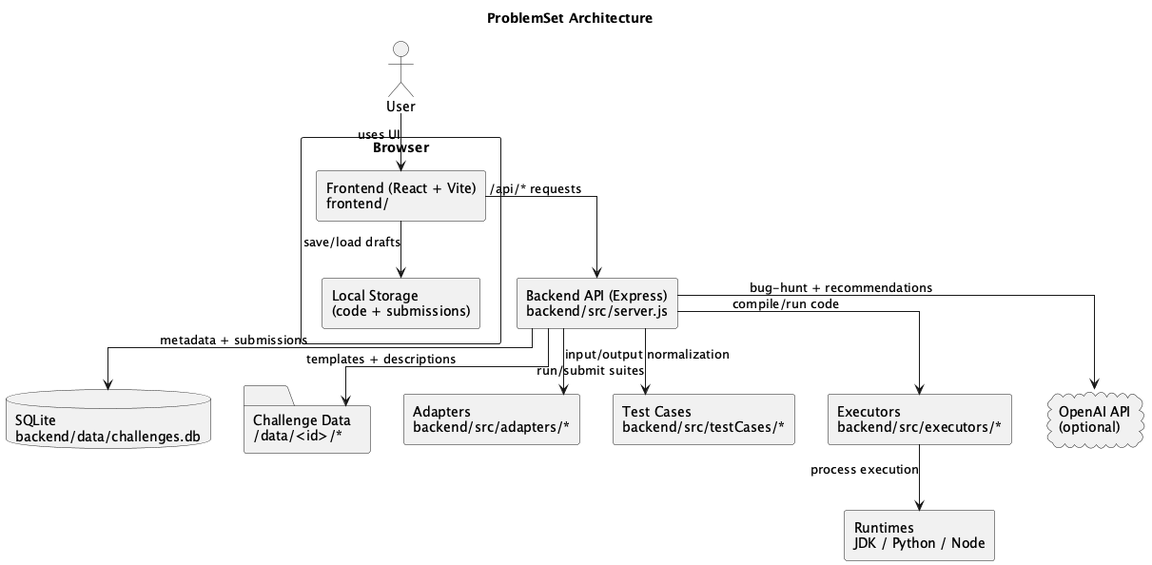
Above: docs/architecture.png in marko-galesic/problem-set (PlantUML), before the change. Source of this version:
```plantuml
@startuml
title ProblemSet Architecture
skinparam componentStyle rectangle
skinparam shadowing false
skinparam linetype ortho

actor User

rectangle "Browser" as Browser {
  component "Frontend (React + Vite)\nfrontend/" as FE
  component "Local Storage\n(code + submissions)" as LS
}

component "Backend API (Express)\nbackend/src/server.js" as BE
database "SQLite\nbackend/data/challenges.db" as DB
folder "Challenge Data\n/data/<id>/*" as Data
component "Adapters\nbackend/src/adapters/*" as Adapters
component "Test Cases\nbackend/src/testCases/*" as Tests
component "Executors\nbackend/src/executors/*" as Exec
component "Runtimes\nJDK / Python / Node" as Runtimes
cloud "OpenAI API\n(optional)" as OpenAI

User --> FE : uses UI
FE --> BE : /api/* requests
FE --> LS : save/load drafts
BE --> DB : metadata + submissions
BE --> Data : templates + descriptions
BE --> Tests : run/submit suites
BE --> Adapters : input/output normalization
BE --> Exec : compile/run code
Exec --> Runtimes : process execution
BE --> OpenAI : bug-hunt + recommendations
@enduml
```
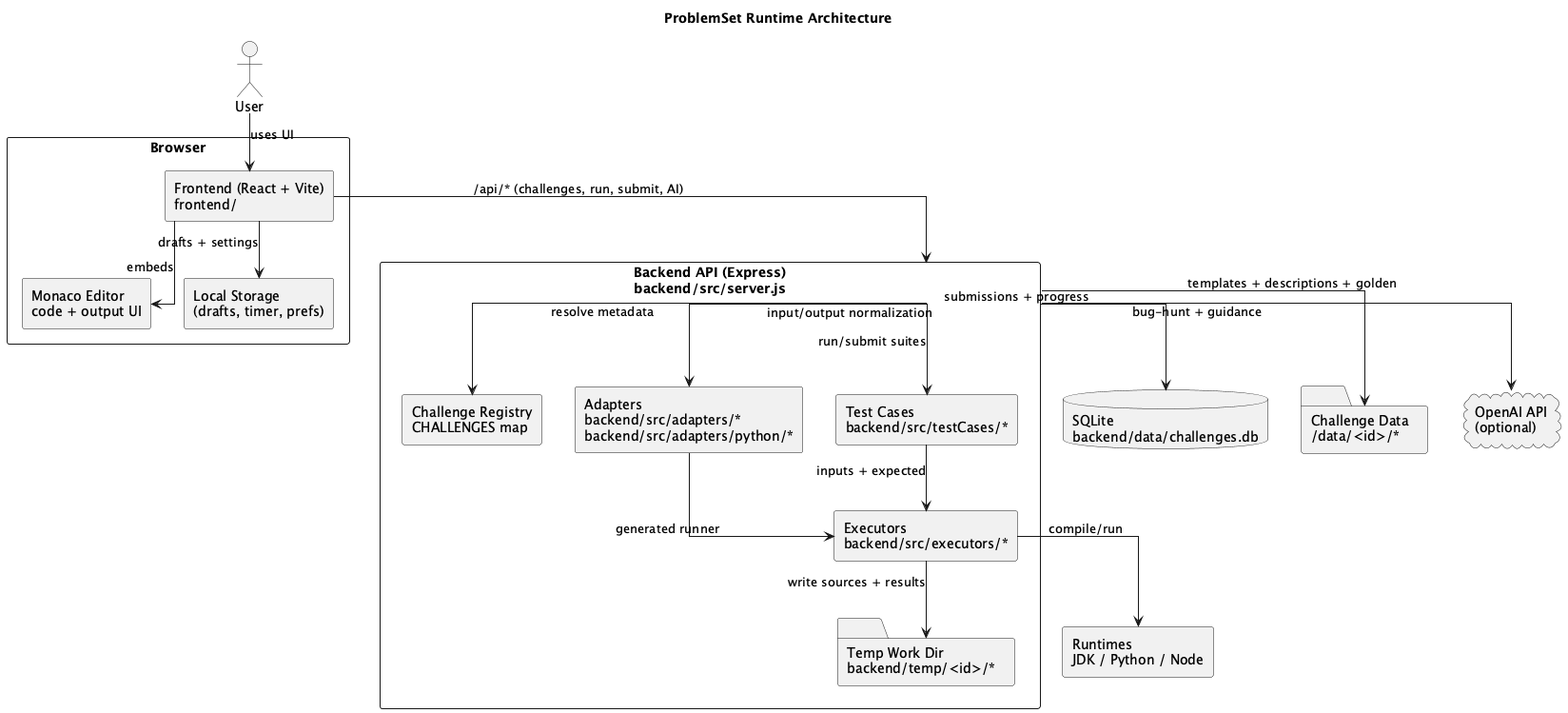
Above is the later version.

Change to the diagram source:
```diff
@@ -1,5 +1,5 @@
 @startuml
-title ProblemSet Architecture
+title ProblemSet Runtime Architecture
 skinparam componentStyle rectangle
 skinparam shadowing false
 skinparam linetype ortho
@@ -8,26 +8,36 @@
 
 rectangle "Browser" as Browser {
   component "Frontend (React + Vite)\nfrontend/" as FE
-  component "Local Storage\n(code + submissions)" as LS
+  component "Monaco Editor\ncode + output UI" as Editor
+  component "Local Storage\n(drafts, timer, prefs)" as LS
+  FE --> Editor : embeds
 }
 
-component "Backend API (Express)\nbackend/src/server.js" as BE
+rectangle "Backend API (Express)\nbackend/src/server.js" as BE {
+  component "Challenge Registry\nCHALLENGES map" as Registry
+  component "Adapters\nbackend/src/adapters/*\nbackend/src/adapters/python/*" as Adapters
+  component "Test Cases\nbackend/src/testCases/*" as Tests
+  component "Executors\nbackend/src/executors/*" as Exec
+  folder "Temp Work Dir\nbackend/temp/<id>/*" as Temp
+}
+
 database "SQLite\nbackend/data/challenges.db" as DB
 folder "Challenge Data\n/data/<id>/*" as Data
-component "Adapters\nbackend/src/adapters/*" as Adapters
-component "Test Cases\nbackend/src/testCases/*" as Tests
-component "Executors\nbackend/src/executors/*" as Exec
 component "Runtimes\nJDK / Python / Node" as Runtimes
 cloud "OpenAI API\n(optional)" as OpenAI
 
 User --> FE : uses UI
-FE --> BE : /api/* requests
-FE --> LS : save/load drafts
-BE --> DB : metadata + submissions
-BE --> Data : templates + descriptions
+FE --> BE : /api/* (challenges, run, submit, AI)
+FE --> LS : drafts + settings
+
+BE --> Registry : resolve metadata
+BE --> Data : templates + descriptions + golden
+BE --> DB : submissions + progress
 BE --> Tests : run/submit suites
 BE --> Adapters : input/output normalization
-BE --> Exec : compile/run code
-Exec --> Runtimes : process execution
-BE --> OpenAI : bug-hunt + recommendations
+Adapters --> Exec : generated runner
+Tests --> Exec : inputs + expected
+Exec --> Temp : write sources + results
+Exec --> Runtimes : compile/run
+BE --> OpenAI : bug-hunt + guidance
 @enduml
```
